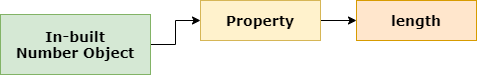
Earlier version of the draw.io export Assets/NumberProperty.png (gungunfebrianza/Belajar-Dengan-Jenius-DenoTheWKWKLand). Source tidied: cells renumbered, new cells last; positions are measured from the earlier drawing's top-left corner, leaving out a move shared by most shapes.
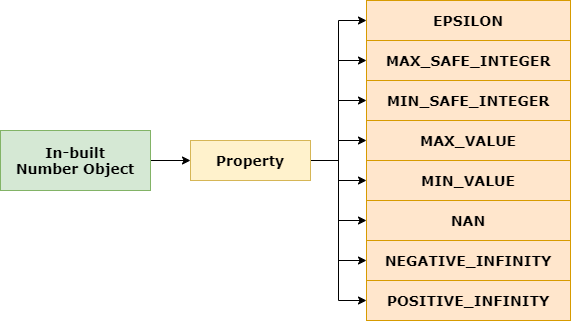
After the commit.

Commit message:
Add Assets Number Property

The edit, as a diff of the source:
```diff
@@ -6,16 +6,58 @@
       <mxGeometry relative="1" as="geometry" />
     </mxCell>
     <mxCell id="3" value="&lt;b&gt;&lt;font style=&quot;font-size: 14px&quot;&gt;In-built&lt;br&gt;Number Object&lt;/font&gt;&lt;/b&gt;" style="rounded=0;whiteSpace=wrap;html=1;glass=0;fontFamily=Verdana;fillColor=#d5e8d4;strokeColor=#82b366;" parent="1" vertex="1">
-      <mxGeometry y="14" width="150" height="60" as="geometry" />
+      <mxGeometry y="90" width="150" height="60" as="geometry" />
     </mxCell>
+    <mxCell id="7" style="edgeStyle=orthogonalEdgeStyle;rounded=0;jettySize=auto;html=1;exitX=1;exitY=0.5;exitDx=0;exitDy=0;entryX=0;entryY=0.5;entryDx=0;entryDy=0;" parent="1" edge="1" source="5" target="15">
+      <mxGeometry relative="1" as="geometry" />
+    </mxCell>
+    <mxCell id="8" style="edgeStyle=orthogonalEdgeStyle;rounded=0;jettySize=auto;html=1;exitX=1;exitY=0.5;exitDx=0;exitDy=0;entryX=0;entryY=0.5;entryDx=0;entryDy=0;" parent="1" edge="1" source="5" target="20">
+      <mxGeometry relative="1" as="geometry" />
+    </mxCell>
-    <mxCell id="4" style="edgeStyle=orthogonalEdgeStyle;rounded=0;jettySize=auto;html=1;" parent="1" edge="1" source="5" target="6">
+    <mxCell id="4" style="edgeStyle=orthogonalEdgeStyle;rounded=0;jettySize=auto;html=1;exitX=1;exitY=0.5;exitDx=0;exitDy=0;entryX=0;entryY=0.5;entryDx=0;entryDy=0;" parent="1" edge="1" source="5" target="6">
       <mxGeometry relative="1" as="geometry" />
     </mxCell>
+    <mxCell id="9" style="edgeStyle=orthogonalEdgeStyle;rounded=0;jettySize=auto;html=1;exitX=1;exitY=0.5;exitDx=0;exitDy=0;" parent="1" edge="1" source="5" target="16">
+      <mxGeometry relative="1" as="geometry" />
+    </mxCell>
+    <mxCell id="10" style="edgeStyle=orthogonalEdgeStyle;rounded=0;jettySize=auto;html=1;exitX=1;exitY=0.5;exitDx=0;exitDy=0;entryX=0;entryY=0.5;entryDx=0;entryDy=0;" parent="1" edge="1" source="5" target="19">
+      <mxGeometry relative="1" as="geometry" />
+    </mxCell>
+    <mxCell id="11" style="edgeStyle=orthogonalEdgeStyle;rounded=0;jettySize=auto;html=1;exitX=1;exitY=0.5;exitDx=0;exitDy=0;entryX=0;entryY=0.5;entryDx=0;entryDy=0;" parent="1" edge="1" source="5" target="14">
+      <mxGeometry relative="1" as="geometry" />
+    </mxCell>
+    <mxCell id="12" style="edgeStyle=orthogonalEdgeStyle;rounded=0;jettySize=auto;html=1;exitX=1;exitY=0.5;exitDx=0;exitDy=0;entryX=0;entryY=0.5;entryDx=0;entryDy=0;" parent="1" edge="1" source="5" target="17">
+      <mxGeometry relative="1" as="geometry" />
+    </mxCell>
+    <mxCell id="13" style="edgeStyle=orthogonalEdgeStyle;rounded=0;jettySize=auto;html=1;exitX=1;exitY=0.5;exitDx=0;exitDy=0;entryX=0;entryY=0.5;entryDx=0;entryDy=0;" parent="1" edge="1" source="5" target="18">
+      <mxGeometry relative="1" as="geometry" />
+    </mxCell>
     <mxCell id="5" value="&lt;span style=&quot;font-size: 14px&quot;&gt;&lt;b&gt;Property&lt;/b&gt;&lt;/span&gt;" style="rounded=0;whiteSpace=wrap;html=1;glass=0;fontFamily=Verdana;fillColor=#fff2cc;strokeColor=#d6b656;" parent="1" vertex="1">
-      <mxGeometry x="200" width="120" height="40" as="geometry" />
+      <mxGeometry x="190" y="100" width="120" height="40" as="geometry" />
     </mxCell>
-    <mxCell id="6" value="&lt;span style=&quot;font-size: 14px&quot;&gt;&lt;b&gt;length&lt;/b&gt;&lt;/span&gt;" style="rounded=0;whiteSpace=wrap;html=1;glass=0;fontFamily=Verdana;fillColor=#ffe6cc;strokeColor=#d79b00;" parent="1" vertex="1">
-      <mxGeometry x="356" width="120" height="40" as="geometry" />
+    <mxCell id="6" value="&lt;span style=&quot;font-size: 14px&quot;&gt;&lt;b&gt;MAX_SAFE_INTEGER&lt;/b&gt;&lt;/span&gt;" style="rounded=0;whiteSpace=wrap;html=1;glass=0;fontFamily=Verdana;fillColor=#ffe6cc;strokeColor=#d79b00;" parent="1" vertex="1">
+      <mxGeometry x="366" width="204" height="40" as="geometry" />
     </mxCell>
+    <mxCell id="14" value="&lt;span style=&quot;font-size: 14px&quot;&gt;&lt;b&gt;MIN_SAFE_INTEGER&lt;/b&gt;&lt;/span&gt;" style="rounded=0;whiteSpace=wrap;html=1;glass=0;fontFamily=Verdana;fillColor=#ffe6cc;strokeColor=#d79b00;" parent="1" vertex="1">
+      <mxGeometry x="366" y="40" width="204" height="40" as="geometry" />
+    </mxCell>
+    <mxCell id="15" value="&lt;span style=&quot;font-size: 14px&quot;&gt;&lt;b&gt;EPSILON&lt;/b&gt;&lt;/span&gt;" style="rounded=0;whiteSpace=wrap;html=1;glass=0;fontFamily=Verdana;fillColor=#ffe6cc;strokeColor=#d79b00;" parent="1" vertex="1">
+      <mxGeometry x="366" y="-40" width="204" height="40" as="geometry" />
+    </mxCell>
+    <mxCell id="16" value="&lt;span style=&quot;font-size: 14px&quot;&gt;&lt;b&gt;MAX_VALUE&lt;/b&gt;&lt;/span&gt;" style="rounded=0;whiteSpace=wrap;html=1;glass=0;fontFamily=Verdana;fillColor=#ffe6cc;strokeColor=#d79b00;" parent="1" vertex="1">
+      <mxGeometry x="366" y="80" width="204" height="40" as="geometry" />
+    </mxCell>
+    <mxCell id="17" value="&lt;span style=&quot;font-size: 14px&quot;&gt;&lt;b&gt;MIN_VALUE&lt;/b&gt;&lt;/span&gt;" style="rounded=0;whiteSpace=wrap;html=1;glass=0;fontFamily=Verdana;fillColor=#ffe6cc;strokeColor=#d79b00;" parent="1" vertex="1">
+      <mxGeometry x="366" y="120" width="204" height="40" as="geometry" />
+    </mxCell>
+    <mxCell id="18" value="&lt;span style=&quot;font-size: 14px&quot;&gt;&lt;b&gt;NAN&lt;/b&gt;&lt;/span&gt;" style="rounded=0;whiteSpace=wrap;html=1;glass=0;fontFamily=Verdana;fillColor=#ffe6cc;strokeColor=#d79b00;" parent="1" vertex="1">
+      <mxGeometry x="366" y="160" width="204" height="40" as="geometry" />
+    </mxCell>
+    <mxCell id="19" value="&lt;span style=&quot;font-size: 14px&quot;&gt;&lt;b&gt;NEGATIVE_INFINITY&lt;/b&gt;&lt;/span&gt;" style="rounded=0;whiteSpace=wrap;html=1;glass=0;fontFamily=Verdana;fillColor=#ffe6cc;strokeColor=#d79b00;" parent="1" vertex="1">
+      <mxGeometry x="366" y="200" width="204" height="40" as="geometry" />
+    </mxCell>
+    <mxCell id="20" value="&lt;span style=&quot;font-size: 14px&quot;&gt;&lt;b&gt;POSITIVE_INFINITY&lt;/b&gt;&lt;/span&gt;" style="rounded=0;whiteSpace=wrap;html=1;glass=0;fontFamily=Verdana;fillColor=#ffe6cc;strokeColor=#d79b00;" parent="1" vertex="1">
+      <mxGeometry x="366" y="240" width="204" height="40" as="geometry" />
+    </mxCell>
   </root>
 </mxGraphModel>
```
